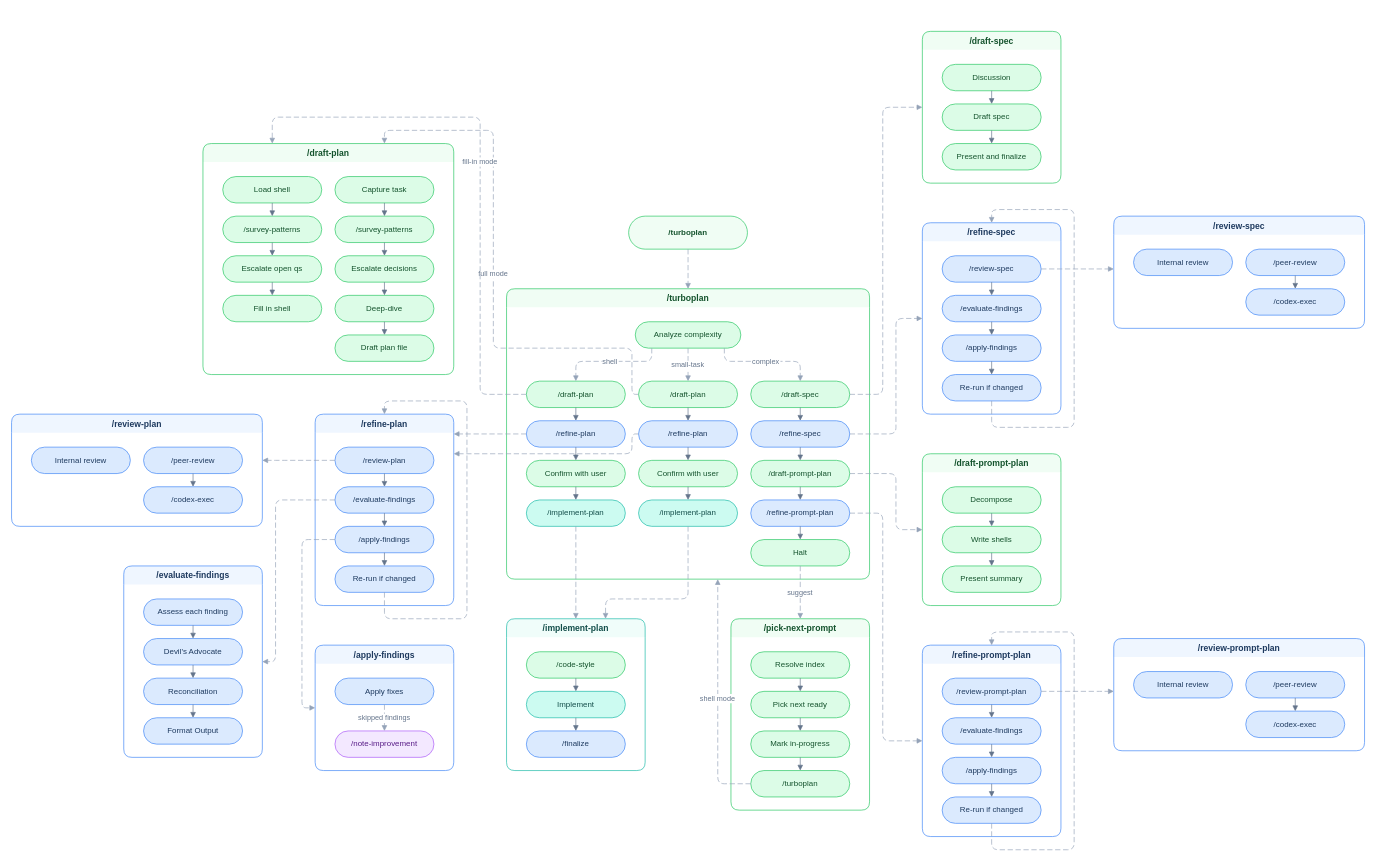
Above: assets/how-turboplan-connects.drawio in tobihagemann/turbo (draw.io), before the change. Source tidied: cells renumbered, new cells numbered last; positions are measured from the earlier drawing's top-left corner, leaving out a move shared by most shapes. Both pictures are drawn from the tidied source at 66%, with x=0, y=0 at pixel (11, 31).
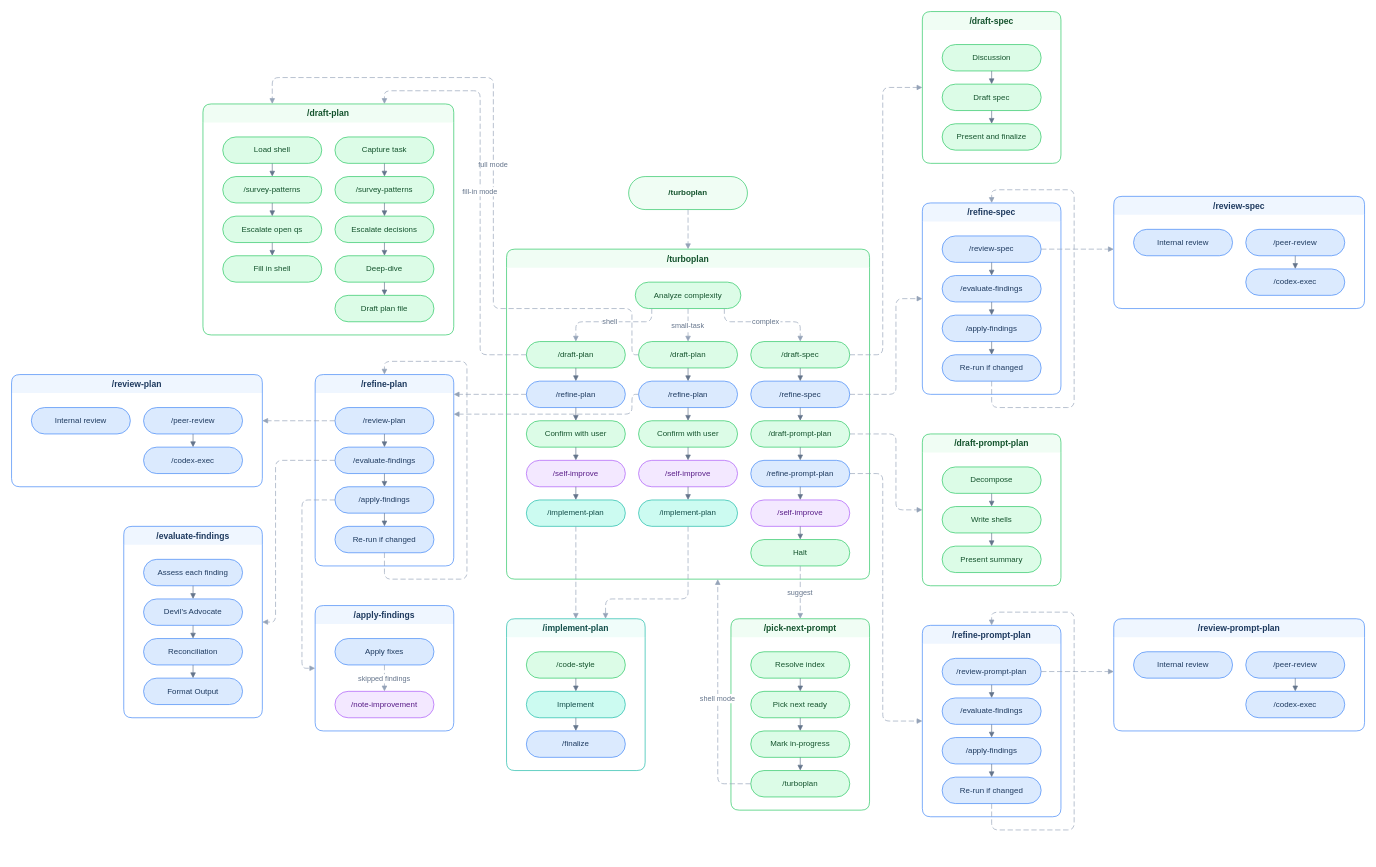
The same diagram, later.

Commit message (it also covers changes not shown here):
Update README and turboplan diagram for /self-improve phase in each mode

Unchanged cells that the change refers to:
```xml
<mxCell id="6" value="/draft-plan" style="rounded=1;whiteSpace=wrap;html=1;arcSize=50;fillColor=#dcfce7;strokeColor=#22c55e;fontColor=#14532d;fontSize=12;" parent="4" vertex="1">
  <mxGeometry x="30" y="140" width="150" height="40" as="geometry" />
</mxCell>
<mxCell id="7" value="/refine-plan" style="rounded=1;whiteSpace=wrap;html=1;arcSize=50;fillColor=#dbeafe;strokeColor=#3b82f6;fontColor=#1e3a5f;fontSize=12;" parent="4" vertex="1">
  <mxGeometry x="30" y="200" width="150" height="40" as="geometry" />
</mxCell>
<mxCell id="8" value="Confirm with user" style="rounded=1;whiteSpace=wrap;html=1;arcSize=50;fillColor=#dcfce7;strokeColor=#22c55e;fontColor=#14532d;fontSize=12;" parent="4" vertex="1">
  <mxGeometry x="30" y="260" width="150" height="40" as="geometry" />
</mxCell>
<mxCell id="10" value="/draft-plan" style="rounded=1;whiteSpace=wrap;html=1;arcSize=50;fillColor=#dcfce7;strokeColor=#22c55e;fontColor=#14532d;fontSize=12;" parent="4" vertex="1">
  <mxGeometry x="200" y="140" width="150" height="40" as="geometry" />
</mxCell>
<mxCell id="11" value="/refine-plan" style="rounded=1;whiteSpace=wrap;html=1;arcSize=50;fillColor=#dbeafe;strokeColor=#3b82f6;fontColor=#1e3a5f;fontSize=12;" parent="4" vertex="1">
  <mxGeometry x="200" y="200" width="150" height="40" as="geometry" />
</mxCell>
<mxCell id="12" value="Confirm with user" style="rounded=1;whiteSpace=wrap;html=1;arcSize=50;fillColor=#dcfce7;strokeColor=#22c55e;fontColor=#14532d;fontSize=12;" parent="4" vertex="1">
  <mxGeometry x="200" y="260" width="150" height="40" as="geometry" />
</mxCell>
<mxCell id="14" value="/draft-spec" style="rounded=1;whiteSpace=wrap;html=1;arcSize=50;fillColor=#dcfce7;strokeColor=#22c55e;fontColor=#14532d;fontSize=12;" parent="4" vertex="1">
  <mxGeometry x="370" y="140" width="150" height="40" as="geometry" />
</mxCell>
<mxCell id="15" value="/draft-prompt-plan" style="rounded=1;whiteSpace=wrap;html=1;arcSize=50;fillColor=#dcfce7;strokeColor=#22c55e;fontColor=#14532d;fontSize=12;" parent="4" vertex="1">
  <mxGeometry x="370" y="260" width="150" height="40" as="geometry" />
</mxCell>
<mxCell id="16" value="/refine-spec" style="rounded=1;whiteSpace=wrap;html=1;arcSize=50;fillColor=#dbeafe;strokeColor=#3b82f6;fontColor=#1e3a5f;fontSize=12;" parent="4" vertex="1">
  <mxGeometry x="370" y="200" width="150" height="40" as="geometry" />
</mxCell>
<mxCell id="17" value="/refine-prompt-plan" style="rounded=1;whiteSpace=wrap;html=1;arcSize=50;fillColor=#dbeafe;strokeColor=#3b82f6;fontColor=#1e3a5f;fontSize=12;" parent="4" vertex="1">
  <mxGeometry x="370" y="320" width="150" height="40" as="geometry" />
</mxCell>
<mxCell id="50" value="/review-plan" style="rounded=1;whiteSpace=wrap;html=1;arcSize=50;fillColor=#dbeafe;strokeColor=#3b82f6;fontColor=#1e3a5f;fontSize=12;" parent="49" vertex="1">
  <mxGeometry x="30" y="50" width="150" height="40" as="geometry" />
</mxCell>
<mxCell id="51" value="/evaluate-findings" style="rounded=1;whiteSpace=wrap;html=1;arcSize=50;fillColor=#dbeafe;strokeColor=#3b82f6;fontColor=#1e3a5f;fontSize=12;" parent="49" vertex="1">
  <mxGeometry x="30" y="110" width="150" height="40" as="geometry" />
</mxCell>
<mxCell id="52" value="/apply-findings" style="rounded=1;whiteSpace=wrap;html=1;arcSize=50;fillColor=#dbeafe;strokeColor=#3b82f6;fontColor=#1e3a5f;fontSize=12;" parent="49" vertex="1">
  <mxGeometry x="30" y="170" width="150" height="40" as="geometry" />
</mxCell>
<mxCell id="122" value="/review-spec" style="rounded=1;whiteSpace=wrap;html=1;arcSize=50;fillColor=#dbeafe;strokeColor=#3b82f6;fontColor=#1e3a5f;fontSize=12;" parent="121" vertex="1">
  <mxGeometry x="30" y="50" width="150" height="40" as="geometry" />
</mxCell>
<mxCell id="131" value="/review-prompt-plan" style="rounded=1;whiteSpace=wrap;html=1;arcSize=50;fillColor=#dbeafe;strokeColor=#3b82f6;fontColor=#1e3a5f;fontSize=12;" parent="130" vertex="1">
  <mxGeometry x="30" y="50" width="150" height="40" as="geometry" />
</mxCell>
```

The edit, as a diff of the source:
```diff
@@
     <mxCell id="2" value="/turboplan" style="rounded=1;whiteSpace=wrap;html=1;arcSize=50;fillColor=#f0fdf4;strokeColor=#22c55e;fontColor=#14532d;fontSize=12;fontStyle=1;" parent="1" vertex="1">
-      <mxGeometry x="935" y="280" width="180" height="50" as="geometry" />
+      <mxGeometry x="935" y="220" width="180" height="50" as="geometry" />
     </mxCell>
@@
     <mxCell id="4" value="/turboplan" style="swimlane;startSize=28;rounded=1;fillColor=#f0fdf4;strokeColor=#22c55e;fontColor=#14532d;fontStyle=1;fontSize=13;swimlaneLine=0;" parent="1" vertex="1">
-      <mxGeometry x="750" y="390" width="550" height="440" as="geometry" />
+      <mxGeometry x="750" y="330" width="550" height="500" as="geometry" />
     </mxCell>
@@
+    <mxCell id="146" value="/self-improve" style="rounded=1;whiteSpace=wrap;html=1;arcSize=50;fillColor=#f3e8ff;strokeColor=#a855f7;fontColor=#581c87;fontSize=12;" parent="4" vertex="1">
+      <mxGeometry x="30" y="320" width="150" height="40" as="geometry" />
+    </mxCell>
     <mxCell id="9" value="/implement-plan" style="rounded=1;whiteSpace=wrap;html=1;arcSize=50;fillColor=#ccfbf1;strokeColor=#14b8a6;fontColor=#134e4a;fontSize=12;" parent="4" vertex="1">
-      <mxGeometry x="30" y="320" width="150" height="40" as="geometry" />
+      <mxGeometry x="30" y="380" width="150" height="40" as="geometry" />
     </mxCell>
@@
+    <mxCell id="147" value="/self-improve" style="rounded=1;whiteSpace=wrap;html=1;arcSize=50;fillColor=#f3e8ff;strokeColor=#a855f7;fontColor=#581c87;fontSize=12;" parent="4" vertex="1">
+      <mxGeometry x="200" y="320" width="150" height="40" as="geometry" />
+    </mxCell>
     <mxCell id="13" value="/implement-plan" style="rounded=1;whiteSpace=wrap;html=1;arcSize=50;fillColor=#ccfbf1;strokeColor=#14b8a6;fontColor=#134e4a;fontSize=12;" parent="4" vertex="1">
-      <mxGeometry x="200" y="320" width="150" height="40" as="geometry" />
+      <mxGeometry x="200" y="380" width="150" height="40" as="geometry" />
     </mxCell>
@@
+    <mxCell id="148" value="/self-improve" style="rounded=1;whiteSpace=wrap;html=1;arcSize=50;fillColor=#f3e8ff;strokeColor=#a855f7;fontColor=#581c87;fontSize=12;" parent="4" vertex="1">
+      <mxGeometry x="370" y="380" width="150" height="40" as="geometry" />
+    </mxCell>
     <mxCell id="18" value="Halt" style="rounded=1;whiteSpace=wrap;html=1;arcSize=50;fillColor=#dcfce7;strokeColor=#22c55e;fontColor=#14532d;fontSize=12;" parent="4" vertex="1">
-      <mxGeometry x="370" y="380" width="150" height="40" as="geometry" />
+      <mxGeometry x="370" y="440" width="150" height="40" as="geometry" />
     </mxCell>
@@
-    <mxCell id="24" style="endArrow=block;endFill=1;rounded=1;edgeStyle=orthogonalEdgeStyle;strokeColor=#64748b;" parent="4" edge="1" source="8" target="9">
+    <mxCell id="24" style="endArrow=block;endFill=1;rounded=1;edgeStyle=orthogonalEdgeStyle;strokeColor=#64748b;" parent="4" edge="1" source="8" target="146">
       <mxGeometry relative="1" as="geometry" />
     </mxCell>
+    <mxCell id="149" style="endArrow=block;endFill=1;rounded=1;edgeStyle=orthogonalEdgeStyle;strokeColor=#64748b;" parent="4" edge="1" source="146" target="9">
+      <mxGeometry relative="1" as="geometry" />
+    </mxCell>
@@
-    <mxCell id="27" style="endArrow=block;endFill=1;rounded=1;edgeStyle=orthogonalEdgeStyle;strokeColor=#64748b;" parent="4" edge="1" source="12" target="13">
+    <mxCell id="27" style="endArrow=block;endFill=1;rounded=1;edgeStyle=orthogonalEdgeStyle;strokeColor=#64748b;" parent="4" edge="1" source="12" target="147">
       <mxGeometry relative="1" as="geometry" />
     </mxCell>
+    <mxCell id="150" style="endArrow=block;endFill=1;rounded=1;edgeStyle=orthogonalEdgeStyle;strokeColor=#64748b;" parent="4" edge="1" source="147" target="13">
+      <mxGeometry relative="1" as="geometry" />
+    </mxCell>
@@
-    <mxCell id="31" style="endArrow=block;endFill=1;rounded=1;edgeStyle=orthogonalEdgeStyle;strokeColor=#64748b;" parent="4" edge="1" source="17" target="18">
+    <mxCell id="31" style="endArrow=block;endFill=1;rounded=1;edgeStyle=orthogonalEdgeStyle;strokeColor=#64748b;" parent="4" edge="1" source="17" target="148">
       <mxGeometry relative="1" as="geometry" />
     </mxCell>
+    <mxCell id="151" style="endArrow=block;endFill=1;rounded=1;edgeStyle=orthogonalEdgeStyle;strokeColor=#64748b;" parent="4" edge="1" source="148" target="18">
+      <mxGeometry relative="1" as="geometry" />
+    </mxCell>
     <mxCell id="32" value="/draft-plan" style="swimlane;startSize=28;rounded=1;fillColor=#f0fdf4;strokeColor=#22c55e;fontColor=#14532d;fontStyle=1;fontSize=13;swimlaneLine=0;" parent="1" vertex="1">
-      <mxGeometry x="290" y="170" width="380" height="350" as="geometry" />
+      <mxGeometry x="290" y="110" width="380" height="350" as="geometry" />
     </mxCell>
@@
     <mxCell id="49" value="/refine-plan" style="swimlane;startSize=28;rounded=1;fillColor=#eff6ff;strokeColor=#3b82f6;fontColor=#1e3a5f;fontStyle=1;fontSize=13;swimlaneLine=0;" parent="1" vertex="1">
-      <mxGeometry x="460" y="580" width="210" height="290" as="geometry" />
+      <mxGeometry x="460" y="520" width="210" height="290" as="geometry" />
     </mxCell>
@@
     <mxCell id="64" value="/review-plan" style="swimlane;startSize=28;rounded=1;fillColor=#eff6ff;strokeColor=#3b82f6;fontColor=#1e3a5f;fontStyle=1;fontSize=13;swimlaneLine=0;" parent="1" vertex="1">
-      <mxGeometry y="580" width="380" height="170" as="geometry" />
+      <mxGeometry y="520" width="380" height="170" as="geometry" />
     </mxCell>
@@
     <mxCell id="69" value="/review-spec" style="swimlane;startSize=28;rounded=1;fillColor=#eff6ff;strokeColor=#3b82f6;fontColor=#1e3a5f;fontStyle=1;fontSize=13;swimlaneLine=0;" parent="1" vertex="1">
-      <mxGeometry x="1670" y="280" width="380" height="170" as="geometry" />
+      <mxGeometry x="1670" y="250" width="380" height="170" as="geometry" />
     </mxCell>
@@
     <mxCell id="74" value="/review-prompt-plan" style="swimlane;startSize=28;rounded=1;fillColor=#eff6ff;strokeColor=#3b82f6;fontColor=#1e3a5f;fontStyle=1;fontSize=13;swimlaneLine=0;" parent="1" vertex="1">
-      <mxGeometry x="1670" y="920" width="380" height="170" as="geometry" />
+      <mxGeometry x="1670" y="890" width="380" height="170" as="geometry" />
     </mxCell>
@@
     <mxCell id="79" value="/evaluate-findings" style="swimlane;startSize=28;rounded=1;fillColor=#eff6ff;strokeColor=#3b82f6;fontColor=#1e3a5f;fontStyle=1;fontSize=13;swimlaneLine=0;" parent="1" vertex="1">
-      <mxGeometry x="170" y="810" width="210" height="290" as="geometry" />
+      <mxGeometry x="170" y="750" width="210" height="290" as="geometry" />
     </mxCell>
@@
     <mxCell id="87" value="/apply-findings" style="swimlane;startSize=28;rounded=1;fillColor=#eff6ff;strokeColor=#3b82f6;fontColor=#1e3a5f;fontStyle=1;fontSize=13;swimlaneLine=0;" parent="1" vertex="1">
-      <mxGeometry x="460" y="930" width="210" height="190" as="geometry" />
+      <mxGeometry x="460" y="870" width="210" height="190" as="geometry" />
     </mxCell>
@@
     <mxCell id="91" value="/draft-spec" style="swimlane;startSize=28;rounded=1;fillColor=#f0fdf4;strokeColor=#22c55e;fontColor=#14532d;fontStyle=1;fontSize=13;swimlaneLine=0;" parent="1" vertex="1">
-      <mxGeometry x="1380" width="210" height="230" as="geometry" />
+      <mxGeometry x="1380" y="-30" width="210" height="230" as="geometry" />
     </mxCell>
@@
     <mxCell id="97" value="/draft-prompt-plan" style="swimlane;startSize=28;rounded=1;fillColor=#f0fdf4;strokeColor=#22c55e;fontColor=#14532d;fontStyle=1;fontSize=13;swimlaneLine=0;" parent="1" vertex="1">
-      <mxGeometry x="1380" y="640" width="210" height="230" as="geometry" />
+      <mxGeometry x="1380" y="610" width="210" height="230" as="geometry" />
     </mxCell>
@@
     <mxCell id="111" value="full mode" style="dashed=1;dashPattern=8 4;endArrow=block;endFill=1;rounded=1;edgeStyle=orthogonalEdgeStyle;strokeColor=#94a3b8;fontSize=11;fontColor=#64748b;" parent="1" edge="1" source="10" target="32">
       <mxGeometry relative="1" as="geometry">
         <Array as="points">
-          <mxPoint x="940" y="550" />
-          <mxPoint x="940" y="480" />
-          <mxPoint x="730" y="480" />
-          <mxPoint x="730" y="150" />
-          <mxPoint x="565" y="150" />
+          <mxPoint x="940" y="490" />
+          <mxPoint x="940" y="420" />
+          <mxPoint x="730" y="420" />
+          <mxPoint x="730" y="70" />
+          <mxPoint x="395" y="70" />
         </Array>
       </mxGeometry>
     </mxCell>
     <mxCell id="112" value="fill-in mode" style="dashed=1;dashPattern=8 4;endArrow=block;endFill=1;rounded=1;edgeStyle=orthogonalEdgeStyle;strokeColor=#94a3b8;fontSize=11;fontColor=#64748b;" parent="1" edge="1" source="6" target="32">
       <mxGeometry relative="1" as="geometry">
         <Array as="points">
-          <mxPoint x="710" y="550" />
-          <mxPoint x="710" y="130" />
-          <mxPoint x="395" y="130" />
+          <mxPoint x="710" y="490" />
+          <mxPoint x="710" y="90" />
+          <mxPoint x="565" y="90" />
         </Array>
       </mxGeometry>
     </mxCell>
     <mxCell id="113" style="dashed=1;dashPattern=8 4;endArrow=block;endFill=1;rounded=1;edgeStyle=orthogonalEdgeStyle;strokeColor=#94a3b8;fontSize=11;fontColor=#64748b;" parent="1" edge="1" source="11" target="49">
       <mxGeometry relative="1" as="geometry">
         <Array as="points">
-          <mxPoint x="940" y="610" />
-          <mxPoint x="940" y="640" />
+          <mxPoint x="940" y="550" />
+          <mxPoint x="940" y="580" />
         </Array>
       </mxGeometry>
     </mxCell>
@@
     <mxCell id="115" style="dashed=1;dashPattern=8 4;endArrow=block;endFill=1;rounded=1;edgeStyle=orthogonalEdgeStyle;strokeColor=#94a3b8;fontSize=11;fontColor=#64748b;" parent="1" edge="1" source="14" target="91">
       <mxGeometry relative="1" as="geometry">
         <Array as="points">
-          <mxPoint x="1320" y="550" />
-          <mxPoint x="1320" y="115" />
+          <mxPoint x="1320" y="490" />
+          <mxPoint x="1320" y="85" />
         </Array>
       </mxGeometry>
     </mxCell>
     <mxCell id="116" style="dashed=1;dashPattern=8 4;endArrow=block;endFill=1;rounded=1;edgeStyle=orthogonalEdgeStyle;strokeColor=#94a3b8;fontSize=11;fontColor=#64748b;" parent="1" edge="1" source="15" target="97">
       <mxGeometry relative="1" as="geometry">
         <Array as="points">
-          <mxPoint x="1340" y="670" />
-          <mxPoint x="1340" y="755" />
+          <mxPoint x="1340" y="610" />
+          <mxPoint x="1340" y="725" />
         </Array>
       </mxGeometry>
     </mxCell>
@@
     <mxCell id="118" style="dashed=1;dashPattern=8 4;endArrow=block;endFill=1;rounded=1;edgeStyle=orthogonalEdgeStyle;strokeColor=#94a3b8;fontSize=11;fontColor=#64748b;" parent="1" edge="1" source="50" target="64">
       <mxGeometry relative="1" as="geometry">
         <Array as="points">
-          <mxPoint x="410" y="650" />
-          <mxPoint x="410" y="650" />
+          <mxPoint x="500" y="600" />
+          <mxPoint x="500" y="600" />
         </Array>
       </mxGeometry>
     </mxCell>
     <mxCell id="119" style="dashed=1;dashPattern=8 4;endArrow=block;endFill=1;rounded=1;edgeStyle=orthogonalEdgeStyle;strokeColor=#94a3b8;fontSize=11;fontColor=#64748b;" parent="1" edge="1" source="51" target="79">
       <mxGeometry relative="1" as="geometry">
         <Array as="points">
-          <mxPoint x="400" y="710" />
-          <mxPoint x="400" y="955" />
+          <mxPoint x="400" y="650" />
+          <mxPoint x="400" y="895" />
         </Array>
       </mxGeometry>
     </mxCell>
     <mxCell id="120" style="dashed=1;dashPattern=8 4;endArrow=block;endFill=1;rounded=1;edgeStyle=orthogonalEdgeStyle;strokeColor=#94a3b8;fontSize=11;fontColor=#64748b;" parent="1" edge="1" source="52" target="87">
       <mxGeometry relative="1" as="geometry">
         <Array as="points">
-          <mxPoint x="440" y="770" />
-          <mxPoint x="440" y="1025" />
+          <mxPoint x="440" y="710" />
+          <mxPoint x="440" y="965" />
         </Array>
       </mxGeometry>
     </mxCell>
     <mxCell id="121" value="/refine-spec" style="swimlane;startSize=28;rounded=1;fillColor=#eff6ff;strokeColor=#3b82f6;fontColor=#1e3a5f;fontStyle=1;fontSize=13;swimlaneLine=0;" parent="1" vertex="1">
-      <mxGeometry x="1380" y="290" width="210" height="290" as="geometry" />
+      <mxGeometry x="1380" y="260" width="210" height="290" as="geometry" />
     </mxCell>
@@
     <mxCell id="130" value="/refine-prompt-plan" style="swimlane;startSize=28;rounded=1;fillColor=#eff6ff;strokeColor=#3b82f6;fontColor=#1e3a5f;fontStyle=1;fontSize=13;swimlaneLine=0;" parent="1" vertex="1">
-      <mxGeometry x="1380" y="930" width="210" height="290" as="geometry" />
+      <mxGeometry x="1380" y="900" width="210" height="290" as="geometry" />
     </mxCell>
@@
     <mxCell id="139" style="dashed=1;dashPattern=8 4;endArrow=block;endFill=1;rounded=1;edgeStyle=orthogonalEdgeStyle;strokeColor=#94a3b8;fontSize=11;fontColor=#64748b;" parent="1" edge="1" source="16" target="121">
       <mxGeometry relative="1" as="geometry">
         <Array as="points">
-          <mxPoint x="1340" y="610" />
-          <mxPoint x="1340" y="435" />
+          <mxPoint x="1340" y="550" />
+          <mxPoint x="1340" y="405" />
         </Array>
       </mxGeometry>
     </mxCell>
     <mxCell id="140" style="dashed=1;dashPattern=8 4;endArrow=block;endFill=1;rounded=1;edgeStyle=orthogonalEdgeStyle;strokeColor=#94a3b8;fontSize=11;fontColor=#64748b;" parent="1" edge="1" source="17" target="130">
       <mxGeometry relative="1" as="geometry">
         <Array as="points">
-          <mxPoint x="1320" y="730" />
-          <mxPoint x="1320" y="1075" />
+          <mxPoint x="1320" y="670" />
+          <mxPoint x="1320" y="1045" />
         </Array>
       </mxGeometry>
     </mxCell>
     <mxCell id="141" style="dashed=1;dashPattern=8 4;endArrow=block;endFill=1;rounded=1;edgeStyle=orthogonalEdgeStyle;strokeColor=#94a3b8;fontSize=11;fontColor=#64748b;" parent="1" edge="1" source="122" target="69">
       <mxGeometry relative="1" as="geometry">
         <Array as="points">
-          <mxPoint x="1640" y="360" />
-          <mxPoint x="1640" y="360" />
+          <mxPoint x="1650" y="330" />
+          <mxPoint x="1650" y="330" />
         </Array>
       </mxGeometry>
     </mxCell>
     <mxCell id="142" style="dashed=1;dashPattern=8 4;endArrow=block;endFill=1;rounded=1;edgeStyle=orthogonalEdgeStyle;strokeColor=#94a3b8;fontSize=11;fontColor=#64748b;" parent="1" edge="1" source="131" target="74">
       <mxGeometry relative="1" as="geometry">
         <Array as="points">
-          <mxPoint x="1650" y="1000" />
-          <mxPoint x="1650" y="1000" />
+          <mxPoint x="1640" y="970" />
+          <mxPoint x="1640" y="970" />
         </Array>
       </mxGeometry>
     </mxCell>
     <mxCell id="143" style="dashed=1;dashPattern=8 4;endArrow=block;endFill=1;rounded=1;edgeStyle=orthogonalEdgeStyle;strokeColor=#94a3b8;fontSize=11;fontColor=#64748b;" parent="1" edge="1" source="7" target="49">
       <mxGeometry relative="1" as="geometry">
         <Array as="points">
-          <mxPoint x="690" y="610" />
-          <mxPoint x="690" y="610" />
+          <mxPoint x="800" y="550" />
+          <mxPoint x="800" y="550" />
         </Array>
       </mxGeometry>
     </mxCell>
```
